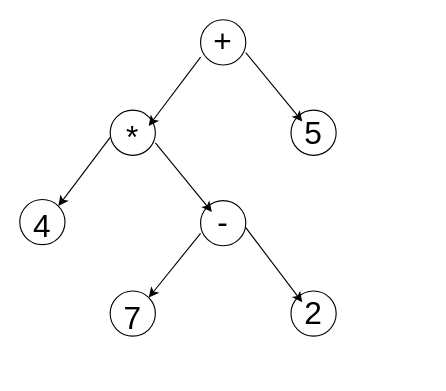
accidentlywoo/TIL keeps this draw.io diagram as Clever-Algorithm/diagram/Untitled Diagram.drawio. Above is the earlier version. Source tidied: cells renumbered, new cells numbered last; positions are measured from the earlier drawing's top-left corner, leaving out a move shared by most shapes. Both pictures are drawn from the tidied source at 113%, with x=0, y=0 at pixel (19, 19).
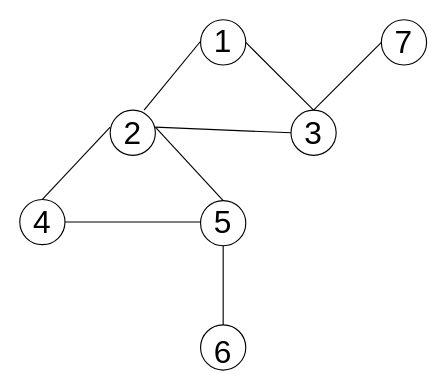
The same diagram, later.

The change refers to these unchanged cells:
```xml
<mxCell id="2" style="ellipse;whiteSpace=wrap;html=1;" parent="1" vertex="1">
  <mxGeometry x="160" width="40" height="40" as="geometry" />
</mxCell>
<mxCell id="4" style="ellipse;whiteSpace=wrap;html=1;" parent="1" vertex="1">
  <mxGeometry x="240" y="80" width="40" height="40" as="geometry" />
</mxCell>
<mxCell id="8" style="ellipse;whiteSpace=wrap;html=1;" parent="1" vertex="1">
  <mxGeometry x="160" y="160" width="40" height="40" as="geometry" />
</mxCell>
<mxCell id="14" style="ellipse;whiteSpace=wrap;html=1;" parent="1" vertex="1">
  <mxGeometry y="159" width="40" height="40" as="geometry" />
</mxCell>
```

What changed in the source:
```diff
@@
-    <mxCell id="5" value="&lt;font style=&quot;font-size: 28px&quot;&gt;+&lt;/font&gt;" style="text;html=1;strokeColor=none;fillColor=none;align=center;verticalAlign=middle;whiteSpace=wrap;rounded=0;" parent="1" vertex="1">
+    <mxCell id="5" value="&lt;font style=&quot;font-size: 28px&quot;&gt;1&lt;/font&gt;" style="text;html=1;strokeColor=none;fillColor=none;align=center;verticalAlign=middle;whiteSpace=wrap;rounded=0;" parent="1" vertex="1">
       <mxGeometry x="160" y="9" width="40" height="20" as="geometry" />
     </mxCell>
-    <mxCell id="6" value="&lt;font style=&quot;font-size: 28px&quot;&gt;*&lt;/font&gt;" style="text;html=1;strokeColor=none;fillColor=none;align=center;verticalAlign=middle;whiteSpace=wrap;rounded=0;" parent="1" vertex="1">
-      <mxGeometry x="80" y="94" width="40" height="20" as="geometry" />
+    <mxCell id="6" value="&lt;font style=&quot;font-size: 28px&quot;&gt;2&lt;/font&gt;" style="text;html=1;strokeColor=none;fillColor=none;align=center;verticalAlign=middle;whiteSpace=wrap;rounded=0;" parent="1" vertex="1">
+      <mxGeometry x="80" y="90" width="40" height="20" as="geometry" />
     </mxCell>
-    <mxCell id="7" value="&lt;font style=&quot;font-size: 28px&quot;&gt;5&lt;/font&gt;" style="text;html=1;strokeColor=none;fillColor=none;align=center;verticalAlign=middle;whiteSpace=wrap;rounded=0;" parent="1" vertex="1">
+    <mxCell id="7" value="&lt;font style=&quot;font-size: 28px&quot;&gt;3&lt;/font&gt;" style="text;html=1;strokeColor=none;fillColor=none;align=center;verticalAlign=middle;whiteSpace=wrap;rounded=0;" parent="1" vertex="1">
       <mxGeometry x="240" y="90" width="40" height="20" as="geometry" />
     </mxCell>
@@
     <mxCell id="9" style="ellipse;whiteSpace=wrap;html=1;" parent="1" vertex="1">
-      <mxGeometry x="80" y="240" width="40" height="40" as="geometry" />
+      <mxGeometry x="160" y="270" width="40" height="40" as="geometry" />
     </mxCell>
     <mxCell id="10" style="ellipse;whiteSpace=wrap;html=1;" parent="1" vertex="1">
-      <mxGeometry x="240" y="240" width="40" height="40" as="geometry" />
+      <mxGeometry x="320" width="40" height="40" as="geometry" />
     </mxCell>
-    <mxCell id="11" value="&lt;font style=&quot;font-size: 28px&quot;&gt;-&lt;/font&gt;" style="text;html=1;strokeColor=none;fillColor=none;align=center;verticalAlign=middle;whiteSpace=wrap;rounded=0;" parent="1" vertex="1">
+    <mxCell id="11" value="&lt;font style=&quot;font-size: 28px&quot;&gt;5&lt;/font&gt;" style="text;html=1;strokeColor=none;fillColor=none;align=center;verticalAlign=middle;whiteSpace=wrap;rounded=0;" parent="1" vertex="1">
       <mxGeometry x="160" y="169" width="40" height="20" as="geometry" />
     </mxCell>
-    <mxCell id="12" value="&lt;font style=&quot;font-size: 28px&quot;&gt;7&lt;/font&gt;" style="text;html=1;strokeColor=none;fillColor=none;align=center;verticalAlign=middle;whiteSpace=wrap;rounded=0;" parent="1" vertex="1">
-      <mxGeometry x="80" y="254" width="40" height="20" as="geometry" />
+    <mxCell id="12" value="&lt;font style=&quot;font-size: 28px&quot;&gt;6&lt;/font&gt;" style="text;html=1;strokeColor=none;fillColor=none;align=center;verticalAlign=middle;whiteSpace=wrap;rounded=0;" parent="1" vertex="1">
+      <mxGeometry x="160" y="284" width="40" height="20" as="geometry" />
     </mxCell>
-    <mxCell id="13" value="&lt;font style=&quot;font-size: 28px&quot;&gt;2&lt;/font&gt;" style="text;html=1;strokeColor=none;fillColor=none;align=center;verticalAlign=middle;whiteSpace=wrap;rounded=0;" parent="1" vertex="1">
-      <mxGeometry x="240" y="250" width="40" height="20" as="geometry" />
+    <mxCell id="13" value="&lt;font style=&quot;font-size: 28px&quot;&gt;7&lt;/font&gt;" style="text;html=1;strokeColor=none;fillColor=none;align=center;verticalAlign=middle;whiteSpace=wrap;rounded=0;" parent="1" vertex="1">
+      <mxGeometry x="320" y="10" width="40" height="20" as="geometry" />
     </mxCell>
@@
     <mxCell id="15" value="&lt;font style=&quot;font-size: 28px&quot;&gt;4&lt;/font&gt;" style="text;html=1;strokeColor=none;fillColor=none;align=center;verticalAlign=middle;whiteSpace=wrap;rounded=0;" parent="1" vertex="1">
-      <mxGeometry y="173" width="40" height="20" as="geometry" />
+      <mxGeometry y="169" width="40" height="20" as="geometry" />
     </mxCell>
-    <mxCell id="16" style="endArrow=classic;html=1;exitX=0;exitY=1;exitDx=0;exitDy=0;entryX=1;entryY=0;entryDx=0;entryDy=0;" parent="1" edge="1" source="11" target="9">
-      <mxGeometry relative="1" as="geometry" />
-    </mxCell>
-    <mxCell id="17" style="endArrow=classic;html=1;exitX=1;exitY=0.75;exitDx=0;exitDy=0;entryX=0.25;entryY=0;entryDx=0;entryDy=0;" parent="1" edge="1" source="11" target="13">
-      <mxGeometry relative="1" as="geometry" />
-    </mxCell>
-    <mxCell id="18" style="endArrow=classic;html=1;exitX=1;exitY=0.75;exitDx=0;exitDy=0;" parent="1" edge="1" source="6">
-      <mxGeometry relative="1" as="geometry">
-        <mxPoint x="170" y="170" as="targetPoint" />
-      </mxGeometry>
-    </mxCell>
-    <mxCell id="19" style="endArrow=classic;html=1;exitX=0;exitY=0.5;exitDx=0;exitDy=0;entryX=1;entryY=0;entryDx=0;entryDy=0;" parent="1" edge="1" source="6" target="14">
-      <mxGeometry relative="1" as="geometry" />
-    </mxCell>
-    <mxCell id="20" style="endArrow=classic;html=1;exitX=0;exitY=0.5;exitDx=0;exitDy=0;entryX=1;entryY=0;entryDx=0;entryDy=0;" parent="1" edge="1">
-      <mxGeometry relative="1" as="geometry">
-        <mxPoint x="160" y="33.1" as="sourcePoint" />
-        <mxPoint x="114.1" y="94" as="targetPoint" />
-      </mxGeometry>
-    </mxCell>
-    <mxCell id="21" style="endArrow=classic;html=1;exitX=1;exitY=0.75;exitDx=0;exitDy=0;" parent="1" edge="1">
-      <mxGeometry relative="1" as="geometry">
-        <mxPoint x="200" y="29" as="sourcePoint" />
-        <mxPoint x="250" y="90" as="targetPoint" />
-      </mxGeometry>
-    </mxCell>
+    <mxCell id="22" style="endArrow=none;html=1;exitX=0.5;exitY=0;exitDx=0;exitDy=0;entryX=0.5;entryY=1;entryDx=0;entryDy=0;" parent="1" edge="1" source="9" target="8">
+      <mxGeometry relative="1" as="geometry" />
+    </mxCell>
+    <mxCell id="23" style="endArrow=none;html=1;exitX=0.5;exitY=0;exitDx=0;exitDy=0;entryX=0;entryY=0.25;entryDx=0;entryDy=0;" parent="1" edge="1" source="14" target="6">
+      <mxGeometry relative="1" as="geometry" />
+    </mxCell>
+    <mxCell id="24" style="endArrow=none;html=1;exitX=1;exitY=0.5;exitDx=0;exitDy=0;entryX=0;entryY=0.5;entryDx=0;entryDy=0;" parent="1" edge="1" source="15" target="11">
+      <mxGeometry relative="1" as="geometry" />
+    </mxCell>
+    <mxCell id="25" style="endArrow=none;html=1;exitX=1;exitY=0.25;exitDx=0;exitDy=0;entryX=0.5;entryY=0;entryDx=0;entryDy=0;entryPerimeter=0;" parent="1" edge="1" source="6" target="8">
+      <mxGeometry relative="1" as="geometry" />
+    </mxCell>
+    <mxCell id="26" style="endArrow=none;html=1;exitX=0.5;exitY=0;exitDx=0;exitDy=0;entryX=0;entryY=0.5;entryDx=0;entryDy=0;" parent="1" edge="1" target="5">
+      <mxGeometry relative="1" as="geometry">
+        <mxPoint x="110" y="80" as="sourcePoint" />
+      </mxGeometry>
+    </mxCell>
+    <mxCell id="27" style="endArrow=none;html=1;exitX=1;exitY=0.25;exitDx=0;exitDy=0;entryX=0;entryY=0.5;entryDx=0;entryDy=0;" parent="1" edge="1" source="6" target="7">
+      <mxGeometry relative="1" as="geometry" />
+    </mxCell>
+    <mxCell id="28" style="endArrow=none;html=1;exitX=1;exitY=0.5;exitDx=0;exitDy=0;entryX=0.5;entryY=0;entryDx=0;entryDy=0;" parent="1" edge="1" source="2" target="4">
+      <mxGeometry relative="1" as="geometry" />
+    </mxCell>
+    <mxCell id="29" style="endArrow=none;html=1;exitX=0;exitY=0.5;exitDx=0;exitDy=0;entryX=0.5;entryY=0;entryDx=0;entryDy=0;" parent="1" edge="1" source="13" target="4">
+      <mxGeometry relative="1" as="geometry" />
+    </mxCell>
```
